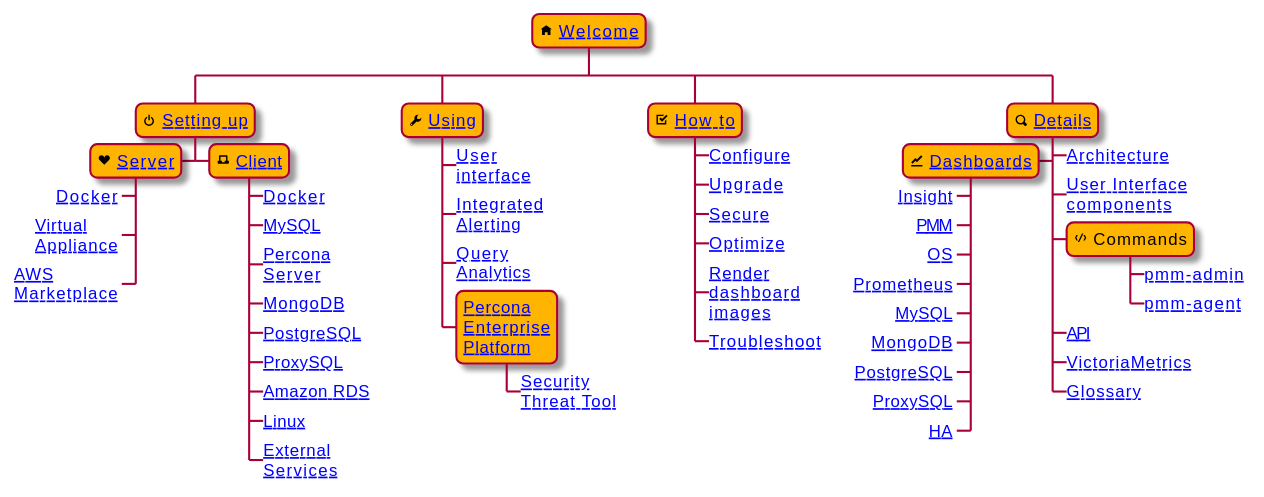
Above: 2.x/_images/PMM_Documentation_Map.svg in percona/pmm-doc (PlantUML), before the change.
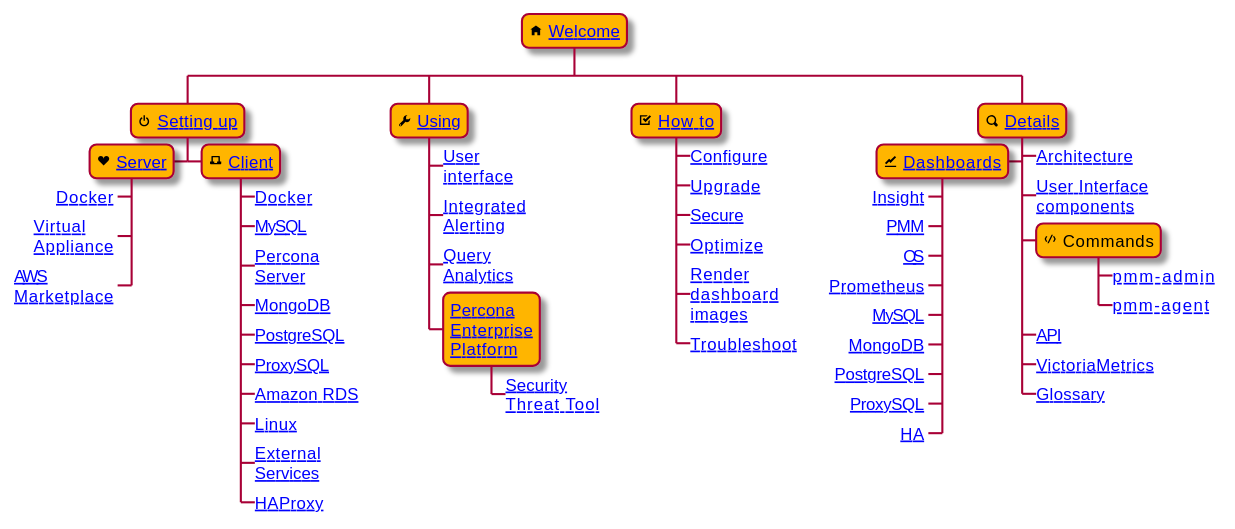
The same diagram one commit later.

What changed in the source:
```diff
@@ -30,6 +30,7 @@
 			+_ [[$base/setting-up/client/aws.html Amazon RDS]]
 			+_ [[$base/setting-up/client/linux.html Linux]]
 			+_ [[$base/setting-up/client/external.html External\nServices]]
+			+_ [[$base/setting-up/client/haproxy.html HAProxy]]
 
 	+ <&wrench> [[$base/using/ Using]]
 		+_ [[$base/using/interface.html User\ninterface]]
```
